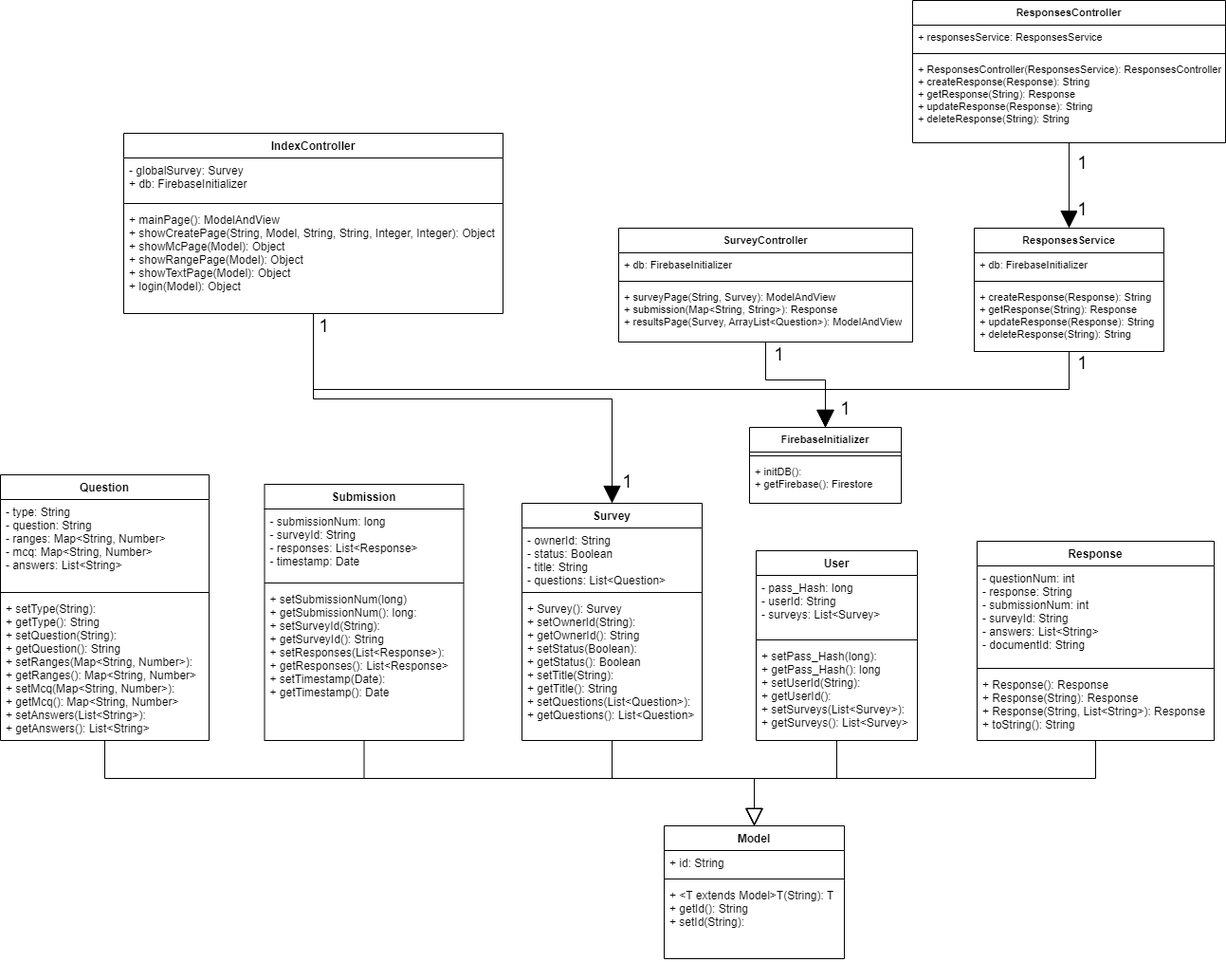
Before: misc/SurveyMonkeyClassDiagram.png, a diagram exported from draw.io (JamesDesrosiers/SurveryMonkey4806). Source tidied: cells renumbered, new cells last; positions are measured from the earlier drawing's top-left corner, leaving out a move shared by most shapes.
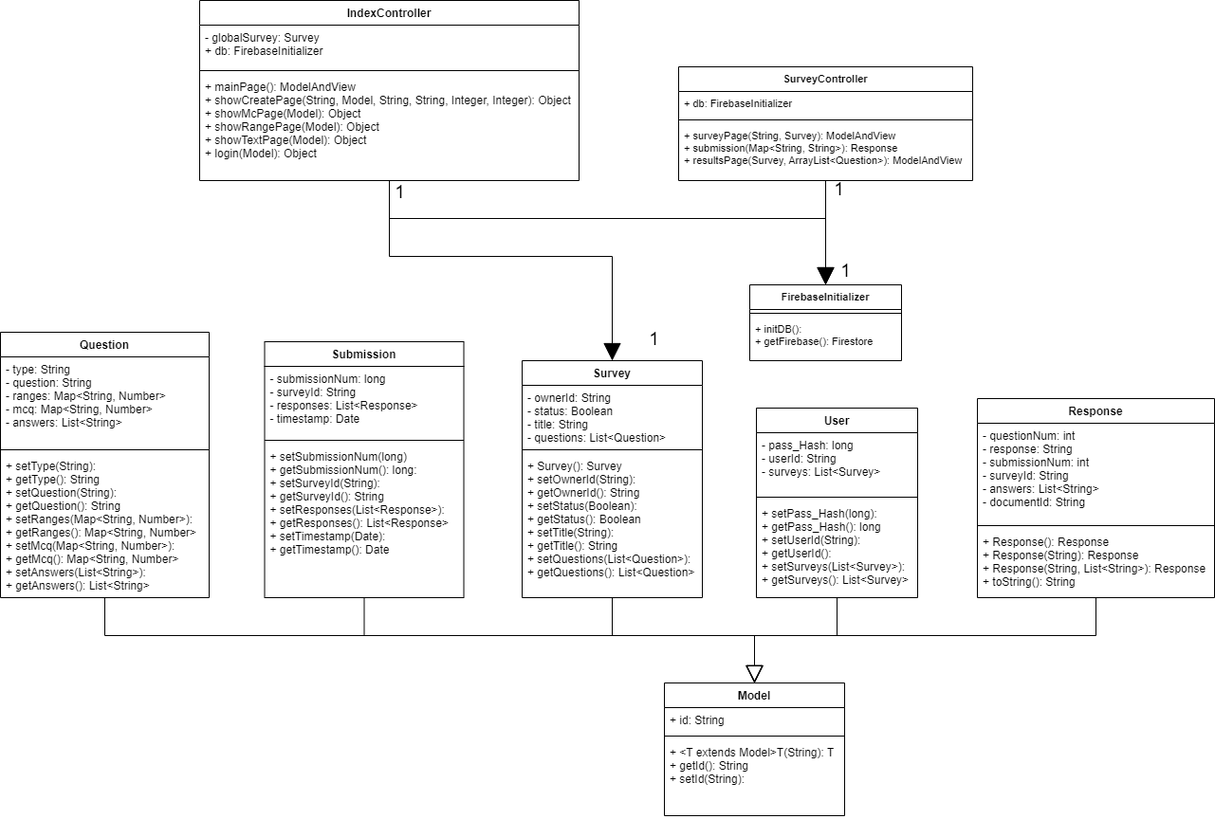
The same file after the commit.

Commit message:
Update Class Diagram

Diff of the diagram source:
```diff
@@ -107,7 +107,7 @@
     <mxCell id="31" style="edgeStyle=orthogonalEdgeStyle;rounded=0;jettySize=auto;html=1;entryX=0.5;entryY=0;entryDx=0;entryDy=0;fontSize=11;endArrow=block;endFill=1;startSize=6;endSize=16;targetPerimeterSpacing=0;strokeWidth=1;" parent="1" edge="1" source="37" target="22">
       <mxGeometry relative="1" as="geometry">
         <Array as="points">
-          <mxPoint x="330" y="420" />
+          <mxPoint x="410" y="420" />
           <mxPoint x="645" y="420" />
         </Array>
       </mxGeometry>
@@ -128,8 +128,8 @@
     <mxCell id="35" style="edgeStyle=orthogonalEdgeStyle;rounded=0;jettySize=auto;html=1;fontSize=11;endArrow=block;endFill=1;startSize=6;endSize=16;targetPerimeterSpacing=0;strokeWidth=1;" parent="1" edge="1" source="37" target="41">
       <mxGeometry relative="1" as="geometry">
         <Array as="points">
-          <mxPoint x="330" y="410" />
-          <mxPoint x="870" y="410" />
+          <mxPoint x="410" y="380" />
+          <mxPoint x="870" y="380" />
         </Array>
       </mxGeometry>
     </mxCell>
@@ -138,8 +138,13 @@
         <mxPoint x="11" as="offset" />
       </mxGeometry>
     </mxCell>
+    <mxCell id="62" value="1" style="edgeLabel;html=1;align=center;verticalAlign=middle;fontSize=19;" parent="35" vertex="1">
+      <mxGeometry x="0.9" y="3" relative="1" as="geometry">
+        <mxPoint x="17" y="13" as="offset" />
+      </mxGeometry>
+    </mxCell>
     <mxCell id="37" value="IndexController" style="swimlane;fontStyle=1;align=center;verticalAlign=top;horizontal=1;startSize=26;" parent="1" vertex="1">
-      <mxGeometry x="130" y="140" width="400" height="190" as="geometry" />
+      <mxGeometry x="210" y="150" width="400" height="190" as="geometry" />
     </mxCell>
     <mxCell id="38" value="- globalSurvey: Survey&#10;+ db: FirebaseInitializer" style="text;strokeColor=none;fillColor=none;align=left;verticalAlign=top;spacingLeft=4;spacingRight=4;overflow=hidden;" parent="37" vertex="1">
       <mxGeometry y="26" width="400" height="44" as="geometry" />
@@ -159,63 +164,8 @@
     <mxCell id="43" value="+ initDB():&#10;+ getFirebase(): Firestore" style="text;strokeColor=none;fillColor=none;align=left;verticalAlign=top;spacingLeft=4;spacingRight=4;overflow=hidden;fontSize=11;" parent="41" vertex="1">
       <mxGeometry y="34" width="160" height="46" as="geometry" />
     </mxCell>
-    <mxCell id="44" style="edgeStyle=orthogonalEdgeStyle;rounded=0;jettySize=auto;html=1;entryX=0.5;entryY=0;entryDx=0;entryDy=0;fontSize=11;endArrow=block;endFill=1;startSize=6;endSize=16;targetPerimeterSpacing=0;strokeWidth=1;" parent="1" edge="1" source="47" target="54">
-      <mxGeometry relative="1" as="geometry" />
-    </mxCell>
-    <mxCell id="45" value="1" style="edgeLabel;html=1;align=center;verticalAlign=middle;fontSize=19;" parent="44" vertex="1">
-      <mxGeometry x="-0.85" y="-1" relative="1" as="geometry">
-        <mxPoint x="14" y="14" as="offset" />
-      </mxGeometry>
-    </mxCell>
-    <mxCell id="46" value="1" style="edgeLabel;html=1;align=center;verticalAlign=middle;fontSize=19;" parent="44" vertex="1">
-      <mxGeometry x="0.29" y="-1" relative="1" as="geometry">
-        <mxPoint x="14" y="12" as="offset" />
-      </mxGeometry>
-    </mxCell>
-    <mxCell id="47" value="ResponsesController" style="swimlane;fontStyle=1;align=center;verticalAlign=top;horizontal=1;startSize=26;fontSize=11;" parent="1" vertex="1">
-      <mxGeometry x="962" width="330" height="150" as="geometry" />
-    </mxCell>
-    <mxCell id="48" value="+ responsesService: ResponsesService" style="text;strokeColor=none;fillColor=none;align=left;verticalAlign=top;spacingLeft=4;spacingRight=4;overflow=hidden;fontSize=11;" parent="47" vertex="1">
-      <mxGeometry y="26" width="330" height="26" as="geometry" />
-    </mxCell>
-    <mxCell id="49" style="line;strokeWidth=1;fillColor=none;align=left;verticalAlign=middle;spacingTop=-1;spacingLeft=3;spacingRight=3;labelPosition=right;fontSize=11;" parent="47" vertex="1">
-      <mxGeometry y="52" width="330" height="8" as="geometry" />
-    </mxCell>
-    <mxCell id="50" value="+ ResponsesController(ResponsesService): ResponsesController&#10;+ createResponse(Response): String&#10;+ getResponse(String): Response&#10;+ updateResponse(Response): String&#10;+ deleteResponse(String): String" style="text;strokeColor=none;fillColor=none;align=left;verticalAlign=top;spacingLeft=4;spacingRight=4;overflow=hidden;fontSize=11;" parent="47" vertex="1">
-      <mxGeometry y="60" width="330" height="90" as="geometry" />
-    </mxCell>
-    <mxCell id="51" style="edgeStyle=orthogonalEdgeStyle;rounded=0;jettySize=auto;html=1;entryX=0.5;entryY=0;entryDx=0;entryDy=0;fontSize=11;endArrow=block;endFill=1;startSize=6;endSize=16;targetPerimeterSpacing=0;strokeWidth=1;" parent="1" edge="1" source="54" target="41">
-      <mxGeometry relative="1" as="geometry">
-        <Array as="points">
-          <mxPoint x="1127" y="410" />
-          <mxPoint x="870" y="410" />
-        </Array>
-      </mxGeometry>
-    </mxCell>
-    <mxCell id="52" value="1" style="edgeLabel;html=1;align=center;verticalAlign=middle;fontSize=19;" parent="51" vertex="1">
-      <mxGeometry x="0.83" relative="1" as="geometry">
-        <mxPoint x="20" y="9" as="offset" />
-      </mxGeometry>
-    </mxCell>
-    <mxCell id="53" value="1" style="edgeLabel;html=1;align=center;verticalAlign=middle;fontSize=19;" parent="51" vertex="1">
-      <mxGeometry x="-0.93" relative="1" as="geometry">
-        <mxPoint x="13" as="offset" />
-      </mxGeometry>
-    </mxCell>
-    <mxCell id="54" value="ResponsesService" style="swimlane;fontStyle=1;align=center;verticalAlign=top;horizontal=1;startSize=26;fontSize=11;" parent="1" vertex="1">
-      <mxGeometry x="1027" y="240" width="200" height="130" as="geometry" />
-    </mxCell>
-    <mxCell id="55" value="+ db: FirebaseInitializer" style="text;strokeColor=none;fillColor=none;align=left;verticalAlign=top;spacingLeft=4;spacingRight=4;overflow=hidden;fontSize=11;" parent="54" vertex="1">
-      <mxGeometry y="26" width="200" height="26" as="geometry" />
-    </mxCell>
-    <mxCell id="56" style="line;strokeWidth=1;fillColor=none;align=left;verticalAlign=middle;spacingTop=-1;spacingLeft=3;spacingRight=3;labelPosition=right;fontSize=11;" parent="54" vertex="1">
-      <mxGeometry y="52" width="200" height="8" as="geometry" />
-    </mxCell>
-    <mxCell id="57" value="+ createResponse(Response): String&#10;+ getResponse(String): Response&#10;+ updateResponse(Response): String&#10;+ deleteResponse(String): String" style="text;strokeColor=none;fillColor=none;align=left;verticalAlign=top;spacingLeft=4;spacingRight=4;overflow=hidden;fontSize=11;" parent="54" vertex="1">
-      <mxGeometry y="60" width="200" height="70" as="geometry" />
-    </mxCell>
     <mxCell id="58" value="SurveyController" style="swimlane;fontStyle=1;align=center;verticalAlign=top;horizontal=1;startSize=26;fontSize=11;" parent="1" vertex="1">
-      <mxGeometry x="652" y="240" width="310" height="120" as="geometry" />
+      <mxGeometry x="715" y="220" width="310" height="120" as="geometry" />
     </mxCell>
     <mxCell id="59" value="+ db: FirebaseInitializer" style="text;strokeColor=none;fillColor=none;align=left;verticalAlign=top;spacingLeft=4;spacingRight=4;overflow=hidden;fontSize=11;" parent="58" vertex="1">
       <mxGeometry y="26" width="310" height="26" as="geometry" />
```
